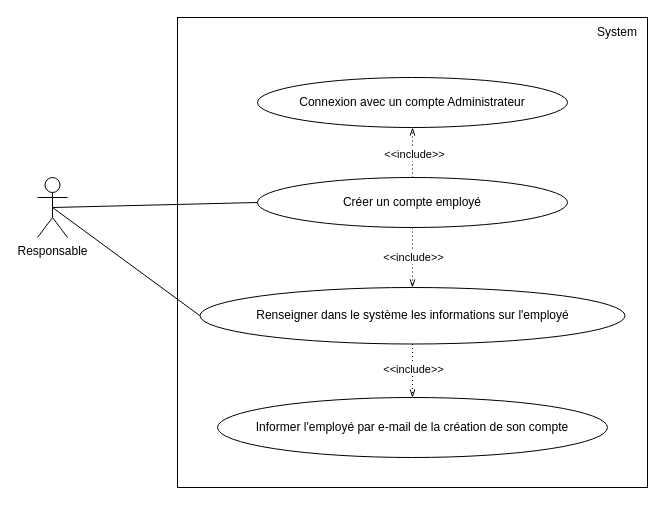
LekishviliRati/P13_Patient_follow-up_diary keeps this draw.io diagram as 1_Dossier_de_specifications fonctionnelles/Diagrammes/4. D.de CAS D'UTILISATION/4. cu_CREATION_COMPTE_EMPLOYE /cu_CREATION_COMPTE_EMPLOYE.drawio. Above is the earlier version. Source tidied: cells renumbered, new cells numbered last; positions are measured from the earlier drawing's top-left corner, leaving out a move shared by most shapes. Both pictures are drawn from the tidied source at 100%, with x=0, y=0 at pixel (37, 17).
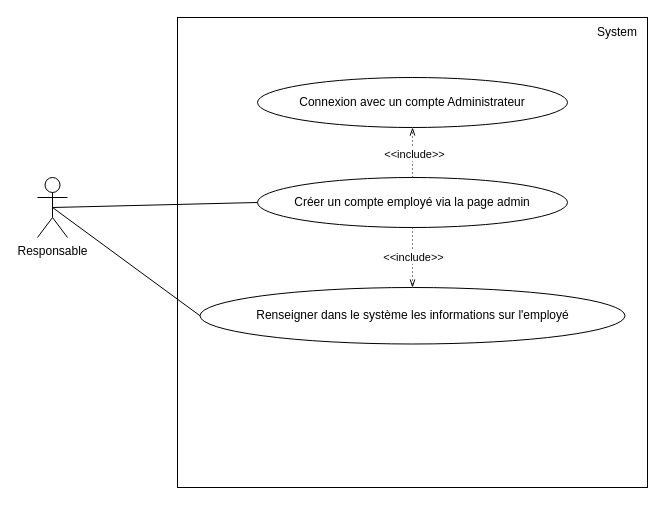
The same page after the edit.

Diff of the diagram source:
```diff
@@
 <mxGraphModel>
   <root>
     <mxCell id="0" />
     <mxCell id="1" parent="0" />
     <mxCell id="2" style="whiteSpace=wrap;html=1;" parent="1" vertex="1">
       <mxGeometry x="140" width="470" height="470" as="geometry" />
     </mxCell>
     <mxCell id="3" value="System" style="text;html=1;strokeColor=none;fillColor=none;align=center;verticalAlign=middle;whiteSpace=wrap;rounded=0;" parent="1" vertex="1">
       <mxGeometry x="550" width="60" height="30" as="geometry" />
     </mxCell>
     <mxCell id="4" value="Responsable" style="shape=umlActor;verticalLabelPosition=bottom;verticalAlign=top;html=1;outlineConnect=0;" parent="1" vertex="1">
       <mxGeometry y="160" width="30" height="60" as="geometry" />
     </mxCell>
-    <mxCell id="5" value="Informer l'employé par e-mail de la création de son compte" style="ellipse;whiteSpace=wrap;html=1;" parent="1" vertex="1">
-      <mxGeometry x="180" y="380" width="390" height="60" as="geometry" />
-    </mxCell>
-    <mxCell id="6" value="Créer un compte employé" style="ellipse;whiteSpace=wrap;html=1;" parent="1" vertex="1">
+    <mxCell id="6" value="Créer un compte employé via la page admin" style="ellipse;whiteSpace=wrap;html=1;" parent="1" vertex="1">
       <mxGeometry x="220" y="160" width="310" height="50" as="geometry" />
     </mxCell>
     <mxCell id="7" value="Connexion avec un compte Administrateur" style="ellipse;whiteSpace=wrap;html=1;" parent="1" vertex="1">
       <mxGeometry x="220" y="60" width="310" height="50" as="geometry" />
     </mxCell>
     <mxCell id="8" value="Renseigner dans le système les informations sur l'employé" style="ellipse;whiteSpace=wrap;html=1;" parent="1" vertex="1">
       <mxGeometry x="162.5" y="270" width="425" height="56.5" as="geometry" />
     </mxCell>
     <mxCell id="9" style="endArrow=openThin;dashed=1;html=1;dashPattern=1 3;strokeWidth=1;rounded=0;entryX=0.5;entryY=1;entryDx=0;entryDy=0;exitX=0.5;exitY=0;exitDx=0;exitDy=0;startArrow=none;startFill=0;endFill=0;" parent="1" edge="1" source="6" target="7">
       <mxGeometry relative="1" as="geometry" />
     </mxCell>
     <mxCell id="10" value="&amp;lt;&amp;lt;include&amp;gt;&amp;gt;" style="edgeLabel;html=1;align=center;verticalAlign=middle;" parent="9" vertex="1">
       <mxGeometry x="-0.05" y="-1" relative="1" as="geometry" />
     </mxCell>
     <mxCell id="11" style="endArrow=openThin;dashed=1;html=1;dashPattern=1 3;strokeWidth=1;rounded=0;entryX=0.5;entryY=0;entryDx=0;entryDy=0;exitX=0.5;exitY=1;exitDx=0;exitDy=0;startArrow=none;startFill=0;endFill=0;" parent="1" edge="1" source="6" target="8">
       <mxGeometry relative="1" as="geometry" />
     </mxCell>
     <mxCell id="12" value="&amp;lt;&amp;lt;include&amp;gt;&amp;gt;" style="edgeLabel;html=1;align=center;verticalAlign=middle;" parent="11" vertex="1">
       <mxGeometry x="-0.05" y="-1" relative="1" as="geometry">
         <mxPoint x="1" as="offset" />
       </mxGeometry>
     </mxCell>
-    <mxCell id="13" style="endArrow=openThin;dashed=1;html=1;dashPattern=1 3;strokeWidth=1;rounded=0;entryX=0.5;entryY=0;entryDx=0;entryDy=0;exitX=0.5;exitY=1;exitDx=0;exitDy=0;startArrow=none;startFill=0;endFill=0;" parent="1" edge="1" source="8" target="5">
-      <mxGeometry relative="1" as="geometry" />
-    </mxCell>
-    <mxCell id="14" value="&amp;lt;&amp;lt;include&amp;gt;&amp;gt;" style="edgeLabel;html=1;align=center;verticalAlign=middle;" parent="13" vertex="1">
-      <mxGeometry x="-0.05" y="-1" relative="1" as="geometry">
-        <mxPoint x="1" as="offset" />
-      </mxGeometry>
-    </mxCell>
     <mxCell id="15" style="endArrow=none;html=1;rounded=0;strokeWidth=1;exitX=0.5;exitY=0.5;exitDx=0;exitDy=0;exitPerimeter=0;entryX=0;entryY=0.5;entryDx=0;entryDy=0;" parent="1" edge="1" source="4" target="6">
       <mxGeometry relative="1" as="geometry" />
     </mxCell>
     <mxCell id="16" style="endArrow=none;html=1;rounded=0;strokeWidth=1;exitX=0.5;exitY=0.5;exitDx=0;exitDy=0;exitPerimeter=0;entryX=0;entryY=0.5;entryDx=0;entryDy=0;" parent="1" edge="1" source="4" target="8">
       <mxGeometry relative="1" as="geometry" />
     </mxCell>
   </root>
 </mxGraphModel>
```
